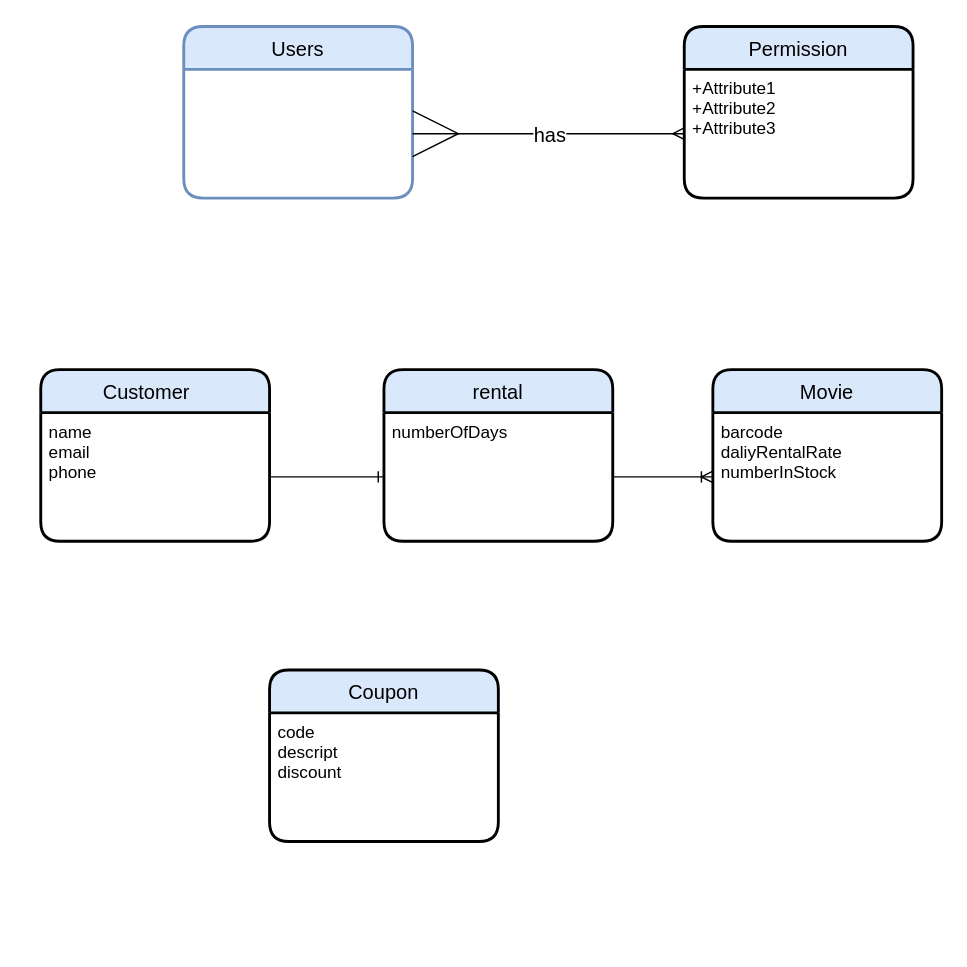
Earlier version of the draw.io diagram video_project.drawio (s1874217870/starup). Source tidied: cells renumbered, new cells numbered last; positions are measured from the earlier drawing's top-left corner, leaving out a move shared by most shapes. Both pictures are drawn from the tidied source at 143%, with x=0, y=0 at pixel (40, 26).
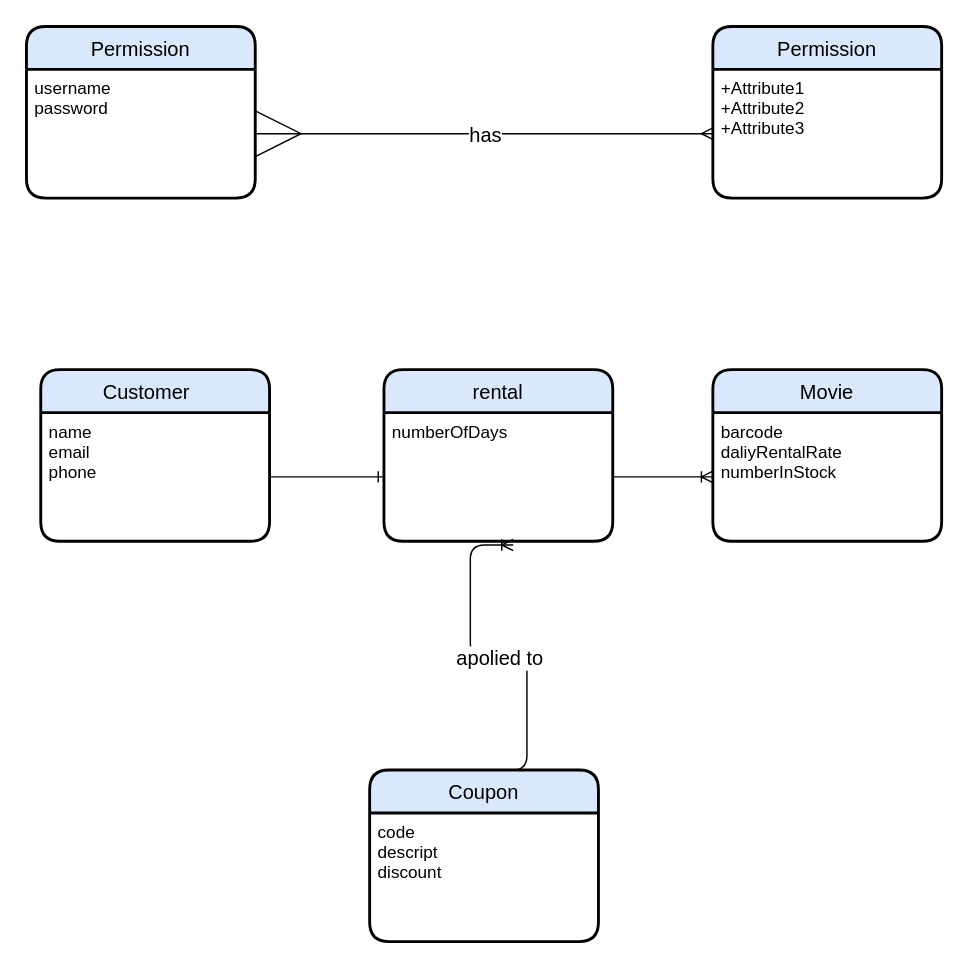
The same page after the edit.

The edit, as a diff of the source:
```diff
@@
 <mxGraphModel>
   <root>
     <mxCell id="0" />
     <mxCell id="1" parent="0" />
-    <mxCell id="2" value="Users" style="swimlane;horizontal=1;startSize=30;rounded=1;fontSize=14;fontStyle=0;strokeWidth=2;shadow=0;dashed=0;align=center;fillColor=#dae8fc;strokeColor=#6c8ebf;" parent="1" vertex="1">
-      <mxGeometry x="100" width="160" height="120" as="geometry" />
-    </mxCell>
     <mxCell id="3" value="Permission" style="swimlane;horizontal=1;startSize=30;rounded=1;fontSize=14;fontStyle=0;strokeWidth=2;shadow=0;dashed=0;align=center;fillColor=#dae8fc;" parent="1" vertex="1">
-      <mxGeometry x="450" width="160" height="120" as="geometry" />
+      <mxGeometry x="470" width="160" height="120" as="geometry" />
     </mxCell>
     <mxCell id="4" value="+Attribute1&#10;+Attribute2&#10;+Attribute3" style="align=left;strokeColor=none;fillColor=none;spacingLeft=4;fontSize=12;verticalAlign=top;" parent="3" vertex="1">
       <mxGeometry y="30" width="160" height="90" as="geometry" />
     </mxCell>
-    <mxCell id="5" style="edgeStyle=entityRelationEdgeStyle;fontSize=12;html=1;endArrow=ERmany;startArrow=ERmany;startSize=30;exitX=1;exitY=0.5;exitDx=0;exitDy=0;" parent="1" edge="1" target="4">
-      <mxGeometry relative="1" as="geometry">
-        <mxPoint x="260" y="75" as="sourcePoint" />
-      </mxGeometry>
+    <mxCell id="5" style="edgeStyle=entityRelationEdgeStyle;fontSize=12;html=1;endArrow=ERmany;startArrow=ERmany;startSize=30;exitX=1;exitY=0.5;exitDx=0;exitDy=0;" parent="1" edge="1" source="20" target="4">
+      <mxGeometry relative="1" as="geometry" />
     </mxCell>
     <mxCell id="6" value="has" style="edgeLabel;html=1;align=center;verticalAlign=middle;fontSize=14;" parent="5" vertex="1">
       <mxGeometry relative="1" as="geometry" />
     </mxCell>
     <mxCell id="7" value="Movie" style="swimlane;horizontal=1;startSize=30;rounded=1;fontSize=14;fontStyle=0;strokeWidth=2;shadow=0;dashed=0;align=center;fillColor=#dae8fc;" parent="1" vertex="1">
       <mxGeometry x="470" y="240" width="160" height="120" as="geometry" />
     </mxCell>
     <mxCell id="8" value="barcode&#10;daliyRentalRate&#10;numberInStock" style="align=left;strokeColor=none;fillColor=none;spacingLeft=4;fontSize=12;verticalAlign=top;" parent="7" vertex="1">
       <mxGeometry y="30" width="160" height="90" as="geometry" />
     </mxCell>
     <mxCell id="9" value="Customer   " style="swimlane;horizontal=1;startSize=30;rounded=1;fontSize=14;fontStyle=0;strokeWidth=2;shadow=0;dashed=0;align=center;fillColor=#dae8fc;" parent="1" vertex="1">
       <mxGeometry y="240" width="160" height="120" as="geometry" />
     </mxCell>
     <mxCell id="10" value="name&#10;email&#10;phone" style="align=left;strokeColor=none;fillColor=none;spacingLeft=4;fontSize=12;verticalAlign=top;" parent="9" vertex="1">
       <mxGeometry y="30" width="160" height="90" as="geometry" />
     </mxCell>
     <mxCell id="11" value="rental" style="swimlane;horizontal=1;startSize=30;rounded=1;fontSize=14;fontStyle=0;strokeWidth=2;shadow=0;dashed=0;align=center;fillColor=#dae8fc;" parent="1" vertex="1">
       <mxGeometry x="240" y="240" width="160" height="120" as="geometry" />
     </mxCell>
     <mxCell id="12" value="numberOfDays" style="align=left;strokeColor=none;fillColor=none;spacingLeft=4;fontSize=12;verticalAlign=top;" parent="11" vertex="1">
       <mxGeometry y="30" width="160" height="90" as="geometry" />
     </mxCell>
     <mxCell id="13" style="edgeStyle=entityRelationEdgeStyle;fontSize=12;html=1;endArrow=ERone;endFill=1;startSize=30;exitX=1;exitY=0.5;exitDx=0;exitDy=0;entryX=0;entryY=0.5;entryDx=0;entryDy=0;" parent="1" edge="1" source="10" target="12">
       <mxGeometry relative="1" as="geometry" />
     </mxCell>
     <mxCell id="14" style="edgeStyle=entityRelationEdgeStyle;fontSize=12;html=1;endArrow=ERoneToMany;startSize=30;exitX=1;exitY=0.5;exitDx=0;exitDy=0;entryX=0;entryY=0.5;entryDx=0;entryDy=0;" parent="1" edge="1" source="12" target="8">
       <mxGeometry relative="1" as="geometry" />
     </mxCell>
     <mxCell id="15" value="Coupon" style="swimlane;horizontal=1;startSize=30;rounded=1;fontSize=14;fontStyle=0;strokeWidth=2;shadow=0;dashed=0;align=center;fillColor=#dae8fc;" parent="1" vertex="1">
-      <mxGeometry x="160" y="450" width="160" height="120" as="geometry" />
+      <mxGeometry x="230" y="520" width="160" height="120" as="geometry" />
     </mxCell>
     <mxCell id="16" value="code&#10;descript&#10;discount" style="align=left;strokeColor=none;fillColor=none;spacingLeft=4;fontSize=12;verticalAlign=top;" parent="15" vertex="1">
       <mxGeometry y="30" width="160" height="90" as="geometry" />
     </mxCell>
+    <mxCell id="17" style="edgeStyle=entityRelationEdgeStyle;fontSize=12;html=1;endArrow=ERoneToMany;startSize=30;exitX=0.5;exitY=0;exitDx=0;exitDy=0;entryX=0.565;entryY=1.029;entryDx=0;entryDy=0;entryPerimeter=0;" parent="1" edge="1" source="15" target="12">
+      <mxGeometry relative="1" as="geometry" />
+    </mxCell>
+    <mxCell id="18" value="apolied to" style="edgeLabel;html=1;align=center;verticalAlign=middle;fontSize=14;" parent="17" vertex="1">
+      <mxGeometry relative="1" as="geometry" />
+    </mxCell>
+    <mxCell id="19" value="Permission" style="swimlane;horizontal=1;startSize=30;rounded=1;fontSize=14;fontStyle=0;strokeWidth=2;shadow=0;dashed=0;align=center;fillColor=#dae8fc;" parent="1" vertex="1">
+      <mxGeometry x="-10" width="160" height="120" as="geometry" />
+    </mxCell>
+    <mxCell id="20" value="username&#10;password&#10;" style="align=left;strokeColor=none;fillColor=none;spacingLeft=4;fontSize=12;verticalAlign=top;" parent="19" vertex="1">
+      <mxGeometry y="30" width="160" height="90" as="geometry" />
+    </mxCell>
   </root>
 </mxGraphModel>
```
